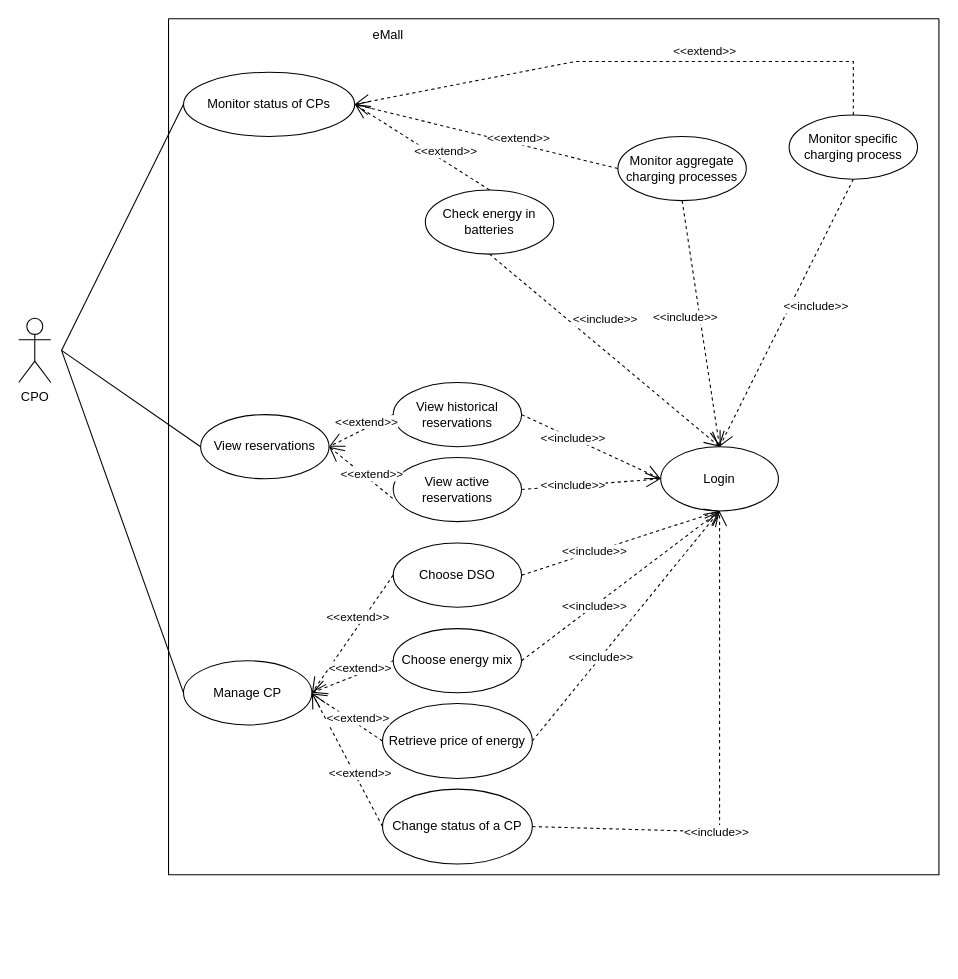
gio-del/eMall keeps this draw.io diagram as RASD/src/use_case_diagram/cpo.drawio. Above is the earlier version. Source tidied: cells renumbered, new cells numbered last; positions are measured from the earlier drawing's top-left corner, leaving out a move shared by most shapes. Both pictures are drawn from the tidied source at 107%, with x=0, y=0 at pixel (18, 18).
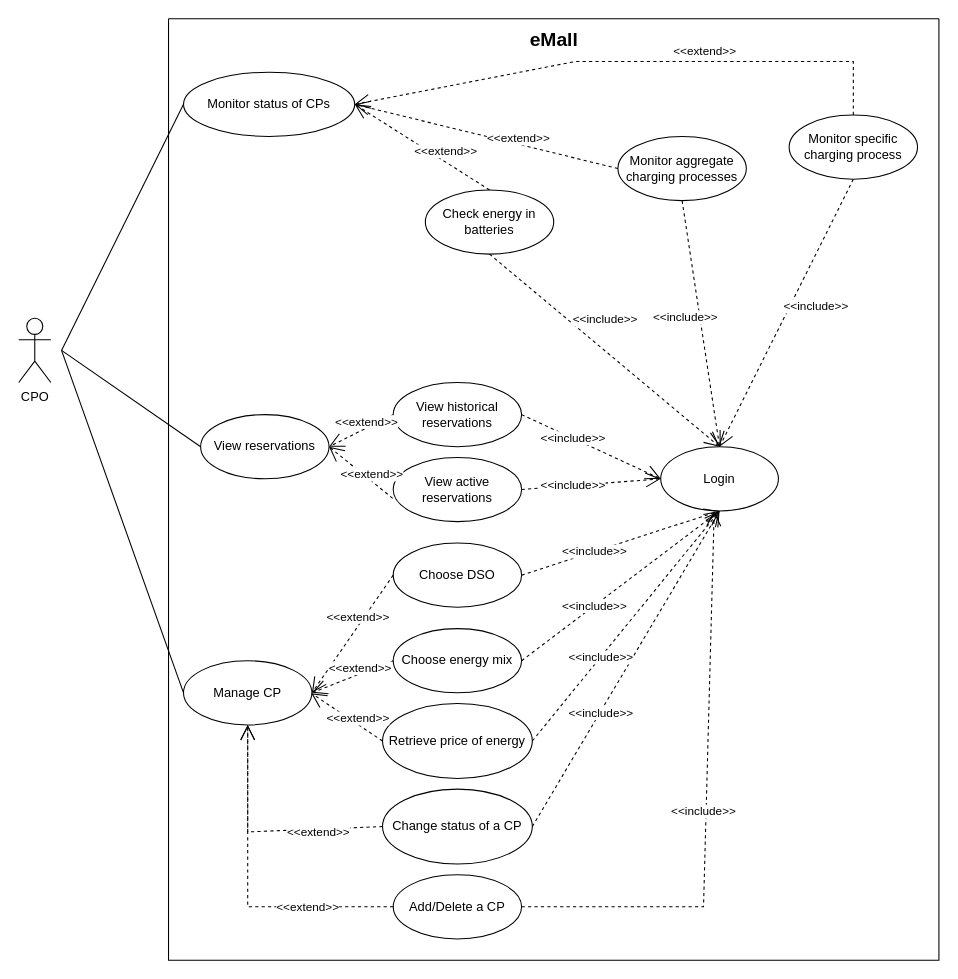
Above is the later version.

Commit message (it also covers changes not shown here):
use cases improve and sequence diagrams

Unchanged cells that the change refers to:
```xml
<mxCell id="5" value="Login" style="ellipse;whiteSpace=wrap;html=1;strokeWidth=1;" parent="3" vertex="1">
  <mxGeometry x="460" y="400" width="110" height="60" as="geometry" />
</mxCell>
<mxCell id="20" value="Manage CP" style="ellipse;whiteSpace=wrap;html=1;" parent="3" vertex="1">
  <mxGeometry x="14" y="600" width="120" height="60" as="geometry" />
</mxCell>
<mxCell id="27" value="Change status of a CP" style="ellipse;whiteSpace=wrap;html=1;strokeWidth=1;" parent="3" vertex="1">
  <mxGeometry x="200" y="720" width="140" height="70" as="geometry" />
</mxCell>
```

The edit, as a diff of the source:
```diff
@@
     <mxCell id="3" style="swimlane;startSize=0;" parent="1" vertex="1">
-      <mxGeometry x="140" width="720" height="800" as="geometry" />
+      <mxGeometry x="140" width="720" height="880" as="geometry" />
     </mxCell>
-    <mxCell id="4" value="eMall" style="text;html=1;align=center;verticalAlign=middle;strokeColor=none;fillColor=none;" parent="3" vertex="1">
-      <mxGeometry x="180" width="50" height="30" as="geometry" />
+    <mxCell id="4" value="eMall" style="text;html=1;align=center;verticalAlign=middle;strokeColor=none;fillColor=none;fontSize=18;fontStyle=1;" parent="3" vertex="1">
+      <mxGeometry x="325" width="70" height="40" as="geometry" />
     </mxCell>
@@
     <mxCell id="28" value="&amp;lt;&amp;lt;include&amp;gt;&amp;gt;" style="endArrow=open;endSize=12;dashed=1;html=1;rounded=0;exitX=1;exitY=0.5;exitDx=0;exitDy=0;entryX=0.5;entryY=1;entryDx=0;entryDy=0;" parent="3" edge="1" source="27" target="5">
       <mxGeometry x="-0.28" relative="1" as="geometry">
-        <Array as="points">
-          <mxPoint x="515" y="760" />
-        </Array>
         <mxPoint x="1" as="offset" />
       </mxGeometry>
     </mxCell>
-    <mxCell id="29" value="&amp;lt;&amp;lt;extend&amp;gt;&amp;gt;" style="endArrow=open;endSize=12;dashed=1;html=1;rounded=0;exitX=0;exitY=0.5;exitDx=0;exitDy=0;entryX=1;entryY=0.5;entryDx=0;entryDy=0;" parent="3" edge="1" source="27" target="20">
-      <mxGeometry x="-0.23" y="-5" relative="1" as="geometry" />
+    <mxCell id="29" value="&amp;lt;&amp;lt;extend&amp;gt;&amp;gt;" style="endArrow=open;endSize=12;dashed=1;html=1;rounded=0;exitX=0;exitY=0.5;exitDx=0;exitDy=0;entryX=0.5;entryY=1;entryDx=0;entryDy=0;" parent="3" edge="1" source="27" target="20">
+      <mxGeometry x="-0.47" y="3" relative="1" as="geometry">
+        <Array as="points">
+          <mxPoint x="74" y="760" />
+        </Array>
+      </mxGeometry>
     </mxCell>
@@
+    <mxCell id="39" value="Add/Delete a CP" style="ellipse;whiteSpace=wrap;html=1;" parent="3" vertex="1">
+      <mxGeometry x="210" y="800" width="120" height="60" as="geometry" />
+    </mxCell>
+    <mxCell id="40" value="&amp;lt;&amp;lt;extend&amp;gt;&amp;gt;" style="endArrow=open;endSize=12;dashed=1;html=1;rounded=0;exitX=0;exitY=0.5;exitDx=0;exitDy=0;entryX=0.5;entryY=1;entryDx=0;entryDy=0;" parent="3" edge="1" source="39" target="20">
+      <mxGeometry x="-0.48" relative="1" as="geometry">
+        <Array as="points">
+          <mxPoint x="74" y="830" />
+        </Array>
+      </mxGeometry>
+    </mxCell>
@@
+    <mxCell id="41" value="&amp;lt;&amp;lt;include&amp;gt;&amp;gt;" style="endArrow=open;endSize=12;dashed=1;html=1;rounded=0;exitX=1;exitY=0.5;exitDx=0;exitDy=0;" parent="1" edge="1" source="39">
+      <mxGeometry x="-0.04" y="2" relative="1" as="geometry">
+        <mxPoint x="650" y="460" as="targetPoint" />
+        <Array as="points">
+          <mxPoint x="640" y="830" />
+        </Array>
+      </mxGeometry>
+    </mxCell>
```
